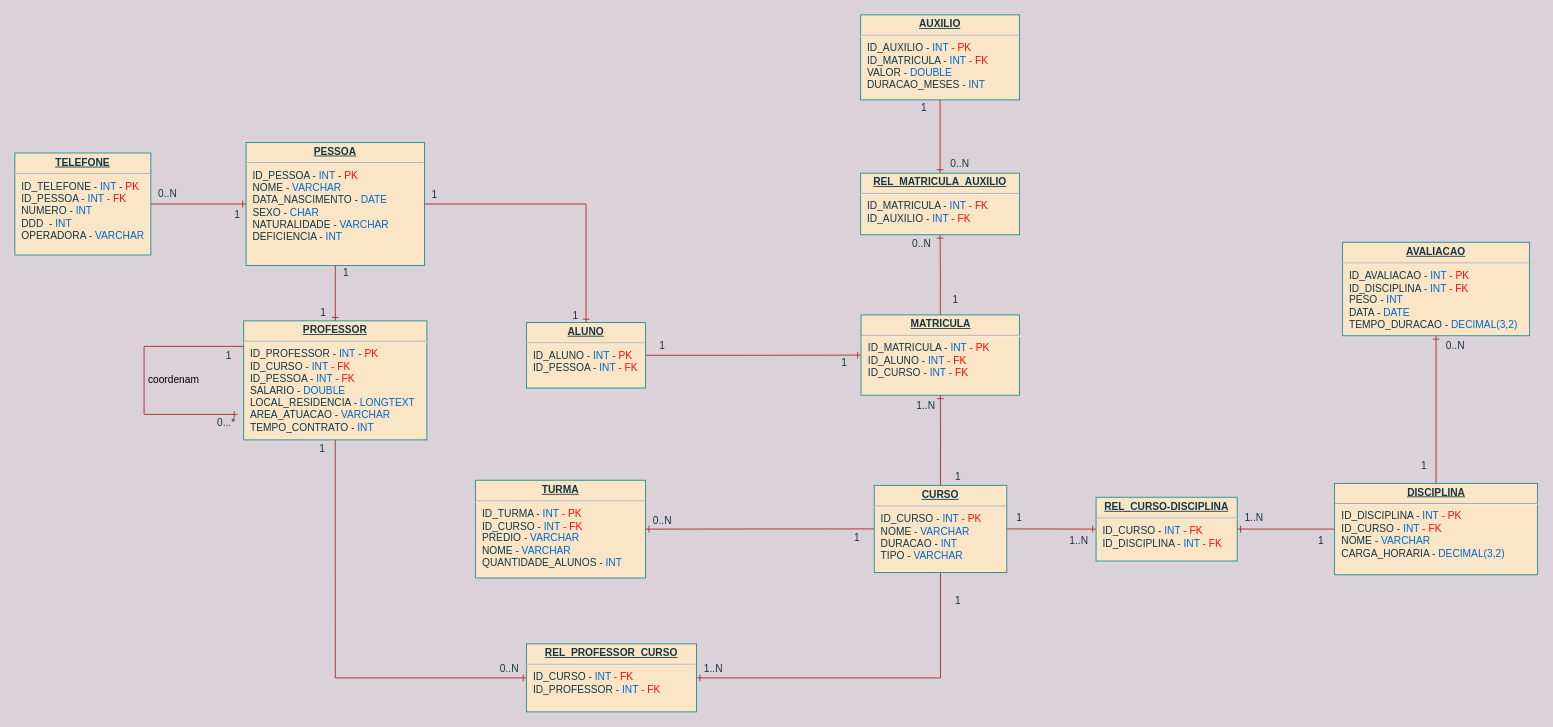
Above: modelagemUniversidade.drawio in maxbarboz/modelagemUniversidade (draw.io), before the change. Source tidied: cells renumbered, new cells numbered last; positions are measured from the earlier drawing's top-left corner, leaving out a move shared by most shapes. Both pictures are drawn from the tidied source at 85%, with x=0, y=0 at pixel (14, 14).
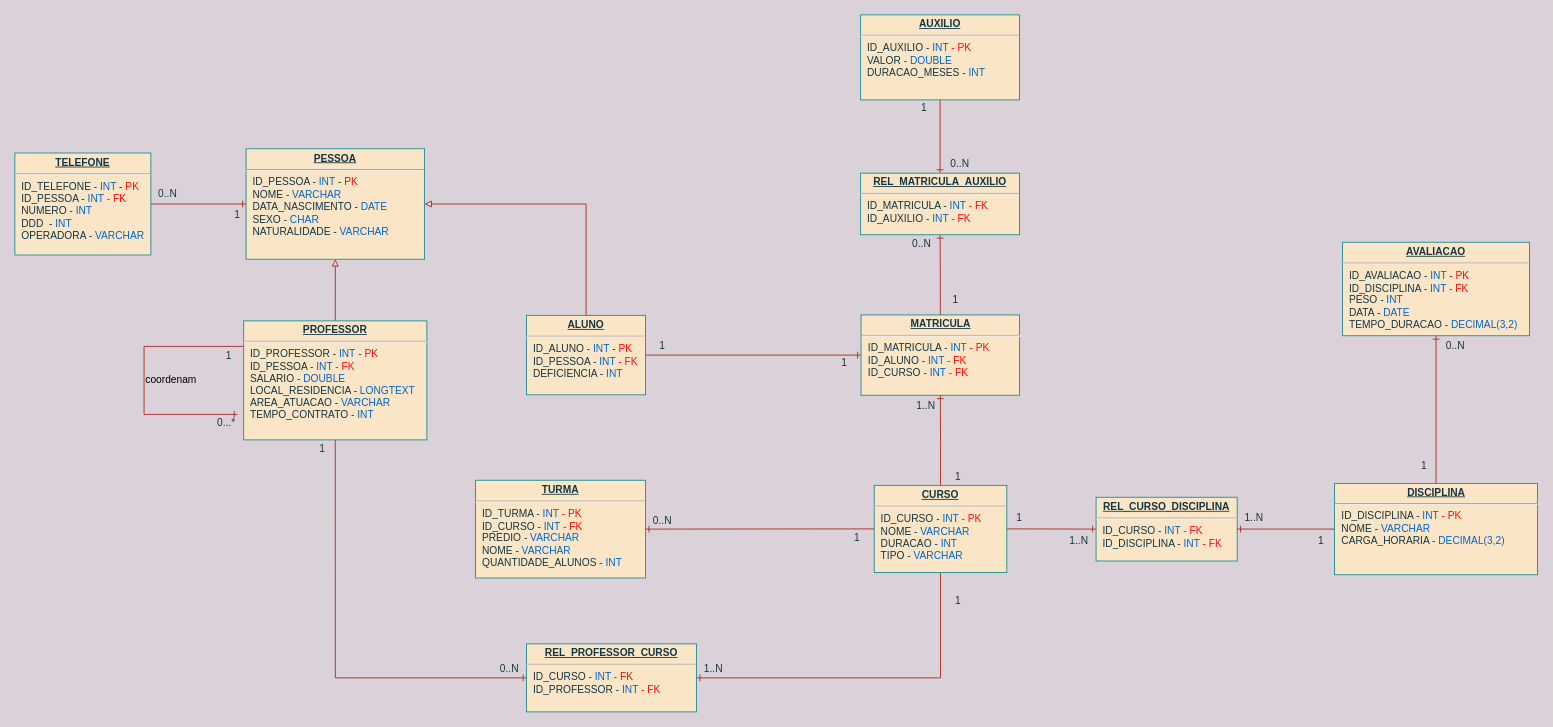
After the change.

Change to the diagram source:
```diff
@@
-    <mxCell id="4" value="&lt;p style=&quot;margin: 0px ; margin-top: 4px ; text-align: center ; text-decoration: underline&quot;&gt;&lt;b&gt;DISCIPLINA&lt;/b&gt;&lt;/p&gt;&lt;hr&gt;&lt;p style=&quot;margin: 0px ; margin-left: 8px&quot;&gt;ID_DISCIPLINA -&amp;nbsp;&lt;font color=&quot;#0066cc&quot;&gt;INT&lt;/font&gt;&lt;font color=&quot;#ff0808&quot;&gt; - PK&lt;/font&gt;&lt;br&gt;&lt;/p&gt;&lt;p style=&quot;margin: 0px ; margin-left: 8px&quot;&gt;ID_CURSO -&amp;nbsp;&lt;font color=&quot;#0066cc&quot;&gt;INT&amp;nbsp;&lt;/font&gt;&lt;font color=&quot;#ff0808&quot;&gt;- FK&lt;/font&gt;&lt;font color=&quot;#ff0808&quot;&gt;&lt;br&gt;&lt;/font&gt;&lt;/p&gt;&lt;p style=&quot;margin: 0px ; margin-left: 8px&quot;&gt;NOME - &lt;font color=&quot;#0066cc&quot;&gt;VARCHAR&lt;/font&gt;&lt;/p&gt;&lt;p style=&quot;margin: 0px ; margin-left: 8px&quot;&gt;CARGA_HORARIA - &lt;font color=&quot;#0066cc&quot;&gt;DECIMAL(3,2)&lt;/font&gt;&lt;/p&gt;&lt;p style=&quot;margin: 0px ; margin-left: 8px&quot;&gt;&lt;br&gt;&lt;/p&gt;&lt;p style=&quot;margin: 0px ; margin-left: 8px&quot;&gt;&lt;br&gt;&lt;/p&gt;" style="verticalAlign=top;align=left;overflow=fill;fontSize=12;fontFamily=Helvetica;html=1;rounded=0;shadow=0;comic=0;labelBackgroundColor=none;strokeWidth=1;fillColor=#FAE5C7;strokeColor=#0F8B8D;fontColor=#143642;" parent="1" vertex="1">
+    <mxCell id="4" value="&lt;p style=&quot;margin: 0px ; margin-top: 4px ; text-align: center ; text-decoration: underline&quot;&gt;&lt;b&gt;DISCIPLINA&lt;/b&gt;&lt;/p&gt;&lt;hr&gt;&lt;p style=&quot;margin: 0px ; margin-left: 8px&quot;&gt;ID_DISCIPLINA -&amp;nbsp;&lt;font color=&quot;#0066cc&quot;&gt;INT&lt;/font&gt;&lt;font color=&quot;#ff0808&quot;&gt; - PK&lt;/font&gt;&lt;/p&gt;&lt;p style=&quot;margin: 0px ; margin-left: 8px&quot;&gt;&lt;span&gt;NOME - &lt;/span&gt;&lt;font color=&quot;#0066cc&quot;&gt;VARCHAR&lt;/font&gt;&lt;/p&gt;&lt;p style=&quot;margin: 0px ; margin-left: 8px&quot;&gt;CARGA_HORARIA - &lt;font color=&quot;#0066cc&quot;&gt;DECIMAL(3,2)&lt;/font&gt;&lt;/p&gt;&lt;p style=&quot;margin: 0px ; margin-left: 8px&quot;&gt;&lt;br&gt;&lt;/p&gt;&lt;p style=&quot;margin: 0px ; margin-left: 8px&quot;&gt;&lt;br&gt;&lt;/p&gt;" style="verticalAlign=top;align=left;overflow=fill;fontSize=12;fontFamily=Helvetica;html=1;rounded=0;shadow=0;comic=0;labelBackgroundColor=none;strokeWidth=1;fillColor=#FAE5C7;strokeColor=#0F8B8D;fontColor=#143642;" parent="1" vertex="1">
       <mxGeometry x="1552.6" y="551.2" width="238.8" height="107.5" as="geometry" />
     </mxCell>
@@
+    <mxCell id="58" style="edgeStyle=orthogonalEdgeStyle;rounded=0;jettySize=auto;html=1;exitX=0.5;exitY=0;exitDx=0;exitDy=0;entryX=0.5;entryY=1;entryDx=0;entryDy=0;endArrow=block;endFill=0;strokeColor=#A8201A;" parent="1" edge="1" source="8" target="15">
+      <mxGeometry relative="1" as="geometry" />
+    </mxCell>
-    <mxCell id="8" value="&lt;p style=&quot;margin: 0px ; margin-top: 4px ; text-align: center ; text-decoration: underline&quot;&gt;&lt;b&gt;PROFESSOR&lt;/b&gt;&lt;/p&gt;&lt;hr&gt;&lt;p style=&quot;margin: 0px ; margin-left: 8px&quot;&gt;ID_PROFESSOR - &lt;font color=&quot;#0066cc&quot;&gt;INT&lt;/font&gt;&lt;span&gt;&amp;nbsp;&lt;/span&gt;&lt;span&gt;-&lt;/span&gt;&lt;span&gt;&amp;nbsp;&lt;/span&gt;&lt;font color=&quot;#ff0808&quot;&gt;PK&lt;/font&gt;&lt;/p&gt;&lt;p style=&quot;margin: 0px ; margin-left: 8px&quot;&gt;ID_CURSO -&amp;nbsp;&lt;font color=&quot;#0066cc&quot;&gt;INT&amp;nbsp;&lt;/font&gt;&lt;font color=&quot;#ff0808&quot;&gt;- FK&lt;/font&gt;&lt;font color=&quot;#ff0808&quot;&gt;&lt;br&gt;&lt;/font&gt;&lt;/p&gt;&lt;p style=&quot;margin: 0px ; margin-left: 8px&quot;&gt;ID_PESSOA - &lt;font color=&quot;#0066cc&quot;&gt;INT &lt;/font&gt;&lt;font color=&quot;#ff0808&quot;&gt;- FK&lt;/font&gt;&lt;/p&gt;&lt;p style=&quot;margin: 0px 0px 0px 8px&quot;&gt;SALARIO - &lt;font color=&quot;#0066cc&quot;&gt;DOUBLE&lt;/font&gt;&lt;/p&gt;&lt;p style=&quot;margin: 0px 0px 0px 8px&quot;&gt;LOCAL_RESIDENCIA - &lt;font color=&quot;#0066cc&quot;&gt;LONGTEXT&lt;/font&gt;&lt;/p&gt;&lt;p style=&quot;margin: 0px 0px 0px 8px&quot;&gt;AREA_ATUACAO - &lt;font color=&quot;#0066cc&quot;&gt;VARCHAR&lt;/font&gt;&lt;/p&gt;&lt;p style=&quot;margin: 0px 0px 0px 8px&quot;&gt;TEMPO_CONTRATO - &lt;font color=&quot;#0066cc&quot;&gt;INT&lt;/font&gt;&lt;/p&gt;&lt;p style=&quot;margin: 0px 0px 0px 8px&quot;&gt;&lt;br&gt;&lt;/p&gt;" style="verticalAlign=top;align=left;overflow=fill;fontSize=12;fontFamily=Helvetica;html=1;rounded=0;shadow=0;comic=0;labelBackgroundColor=none;strokeWidth=1;fillColor=#FAE5C7;strokeColor=#0F8B8D;fontColor=#143642;" parent="1" vertex="1">
+    <mxCell id="8" value="&lt;p style=&quot;margin: 0px ; margin-top: 4px ; text-align: center ; text-decoration: underline&quot;&gt;&lt;b&gt;PROFESSOR&lt;/b&gt;&lt;/p&gt;&lt;hr&gt;&lt;p style=&quot;margin: 0px ; margin-left: 8px&quot;&gt;ID_PROFESSOR - &lt;font color=&quot;#0066cc&quot;&gt;INT&lt;/font&gt;&lt;span&gt;&amp;nbsp;&lt;/span&gt;&lt;span&gt;-&lt;/span&gt;&lt;span&gt;&amp;nbsp;&lt;/span&gt;&lt;font color=&quot;#ff0808&quot;&gt;PK&lt;/font&gt;&lt;/p&gt;&lt;p style=&quot;margin: 0px ; margin-left: 8px&quot;&gt;ID_PESSOA - &lt;font color=&quot;#0066cc&quot;&gt;INT &lt;/font&gt;&lt;font color=&quot;#ff0808&quot;&gt;- FK&lt;/font&gt;&lt;/p&gt;&lt;p style=&quot;margin: 0px 0px 0px 8px&quot;&gt;SALARIO - &lt;font color=&quot;#0066cc&quot;&gt;DOUBLE&lt;/font&gt;&lt;/p&gt;&lt;p style=&quot;margin: 0px 0px 0px 8px&quot;&gt;LOCAL_RESIDENCIA - &lt;font color=&quot;#0066cc&quot;&gt;LONGTEXT&lt;/font&gt;&lt;/p&gt;&lt;p style=&quot;margin: 0px 0px 0px 8px&quot;&gt;AREA_ATUACAO - &lt;font color=&quot;#0066cc&quot;&gt;VARCHAR&lt;/font&gt;&lt;/p&gt;&lt;p style=&quot;margin: 0px 0px 0px 8px&quot;&gt;TEMPO_CONTRATO - &lt;font color=&quot;#0066cc&quot;&gt;INT&lt;/font&gt;&lt;/p&gt;&lt;p style=&quot;margin: 0px 0px 0px 8px&quot;&gt;&lt;br&gt;&lt;/p&gt;" style="verticalAlign=top;align=left;overflow=fill;fontSize=12;fontFamily=Helvetica;html=1;rounded=0;shadow=0;comic=0;labelBackgroundColor=none;strokeWidth=1;fillColor=#FAE5C7;strokeColor=#0F8B8D;fontColor=#143642;" parent="1" vertex="1">
       <mxGeometry x="269.2" y="360" width="215.5" height="140" as="geometry" />
     </mxCell>
@@
+    <mxCell id="59" style="edgeStyle=orthogonalEdgeStyle;rounded=0;jettySize=auto;html=1;exitX=0.5;exitY=0;exitDx=0;exitDy=0;entryX=1;entryY=0.5;entryDx=0;entryDy=0;endArrow=block;endFill=0;strokeColor=#A8201A;" parent="1" edge="1" source="12" target="15">
+      <mxGeometry relative="1" as="geometry" />
+    </mxCell>
-    <mxCell id="12" value="&lt;p style=&quot;margin: 0px ; margin-top: 4px ; text-align: center ; text-decoration: underline&quot;&gt;&lt;b&gt;ALUNO&lt;/b&gt;&lt;/p&gt;&lt;hr&gt;&lt;p style=&quot;margin: 0px ; margin-left: 8px&quot;&gt;ID_ALUNO - &lt;font color=&quot;#0066cc&quot;&gt;INT&lt;/font&gt;&lt;span&gt;&amp;nbsp;&lt;/span&gt;&lt;span&gt;-&lt;/span&gt;&lt;span&gt;&amp;nbsp;&lt;/span&gt;&lt;font color=&quot;#ff0808&quot;&gt;PK&lt;/font&gt;&lt;/p&gt;&lt;p style=&quot;margin: 0px ; margin-left: 8px&quot;&gt;ID_PESSOA - &lt;font color=&quot;#0066cc&quot;&gt;INT &lt;/font&gt;&lt;font color=&quot;#ff0808&quot;&gt;- FK&lt;/font&gt;&lt;/p&gt;&lt;p style=&quot;margin: 0px ; margin-left: 8px&quot;&gt;&lt;br&gt;&lt;/p&gt;" style="verticalAlign=top;align=left;overflow=fill;fontSize=12;fontFamily=Helvetica;html=1;rounded=0;shadow=0;comic=0;labelBackgroundColor=none;strokeWidth=1;fillColor=#FAE5C7;strokeColor=#0F8B8D;fontColor=#143642;" parent="1" vertex="1">
-      <mxGeometry x="602" y="362" width="140" height="77" as="geometry" />
+    <mxCell id="12" value="&lt;p style=&quot;margin: 0px ; margin-top: 4px ; text-align: center ; text-decoration: underline&quot;&gt;&lt;b&gt;ALUNO&lt;/b&gt;&lt;/p&gt;&lt;hr&gt;&lt;p style=&quot;margin: 0px ; margin-left: 8px&quot;&gt;ID_ALUNO - &lt;font color=&quot;#0066cc&quot;&gt;INT&lt;/font&gt;&lt;span&gt;&amp;nbsp;&lt;/span&gt;&lt;span&gt;-&lt;/span&gt;&lt;span&gt;&amp;nbsp;&lt;/span&gt;&lt;font color=&quot;#ff0808&quot;&gt;PK&lt;/font&gt;&lt;/p&gt;&lt;p style=&quot;margin: 0px ; margin-left: 8px&quot;&gt;ID_PESSOA - &lt;font color=&quot;#0066cc&quot;&gt;INT &lt;/font&gt;&lt;font color=&quot;#ff0808&quot;&gt;- FK&lt;/font&gt;&lt;/p&gt;&lt;p style=&quot;margin: 0px ; margin-left: 8px&quot;&gt;DEFICIENCIA -&amp;nbsp;&lt;font color=&quot;#0066cc&quot;&gt;INT&lt;/font&gt;&lt;br&gt;&lt;/p&gt;&lt;p style=&quot;margin: 0px ; margin-left: 8px&quot;&gt;&lt;br&gt;&lt;/p&gt;" style="verticalAlign=top;align=left;overflow=fill;fontSize=12;fontFamily=Helvetica;html=1;rounded=0;shadow=0;comic=0;labelBackgroundColor=none;strokeWidth=1;fillColor=#FAE5C7;strokeColor=#0F8B8D;fontColor=#143642;" parent="1" vertex="1">
+      <mxGeometry x="602" y="353.5" width="140" height="93.5" as="geometry" />
     </mxCell>
-    <mxCell id="13" style="edgeStyle=orthogonalEdgeStyle;rounded=0;jettySize=auto;html=1;exitX=1;exitY=0.5;exitDx=0;exitDy=0;entryX=0.5;entryY=0;entryDx=0;entryDy=0;fontColor=#143642;labelBackgroundColor=#DAD2D8;endArrow=ERone;endFill=0;strokeColor=#A8201A;" parent="1" edge="1" source="15" target="12">
-      <mxGeometry relative="1" as="geometry" />
-    </mxCell>
-    <mxCell id="14" style="edgeStyle=orthogonalEdgeStyle;rounded=0;jettySize=auto;html=1;exitX=0.5;exitY=1;exitDx=0;exitDy=0;fontColor=#143642;labelBackgroundColor=#DAD2D8;endArrow=ERone;endFill=0;strokeColor=#A8201A;" parent="1" edge="1" source="15" target="8">
-      <mxGeometry relative="1" as="geometry" />
-    </mxCell>
-    <mxCell id="15" value="&lt;p style=&quot;margin: 0px ; margin-top: 4px ; text-align: center ; text-decoration: underline&quot;&gt;&lt;b&gt;PESSOA&lt;/b&gt;&lt;/p&gt;&lt;hr&gt;&lt;p style=&quot;margin: 0px ; margin-left: 8px&quot;&gt;ID_PESSOA - &lt;font color=&quot;#0066cc&quot;&gt;INT&lt;/font&gt;&lt;span&gt;&amp;nbsp;&lt;/span&gt;&lt;span&gt;-&lt;/span&gt;&lt;span&gt;&amp;nbsp;&lt;/span&gt;&lt;font color=&quot;#ff0808&quot;&gt;PK&lt;/font&gt;&lt;/p&gt;&lt;p style=&quot;margin: 0px ; margin-left: 8px&quot;&gt;NOME - &lt;font color=&quot;#0066cc&quot;&gt;VARCHAR&lt;/font&gt;&lt;/p&gt;&lt;p style=&quot;margin: 0px ; margin-left: 8px&quot;&gt;DATA_NASCIMENTO - &lt;font color=&quot;#0066cc&quot;&gt;DATE&lt;/font&gt;&lt;/p&gt;&lt;p style=&quot;margin: 0px ; margin-left: 8px&quot;&gt;SEXO - &lt;font color=&quot;#0066cc&quot;&gt;CHAR&lt;/font&gt;&lt;/p&gt;&lt;p style=&quot;margin: 0px ; margin-left: 8px&quot;&gt;NATURALIDADE - &lt;font color=&quot;#0066cc&quot;&gt;VARCHAR&lt;/font&gt;&lt;/p&gt;&lt;p style=&quot;margin: 0px ; margin-left: 8px&quot;&gt;DEFICIENCIA - &lt;font color=&quot;#0066cc&quot;&gt;INT&lt;/font&gt;&lt;/p&gt;&lt;p style=&quot;margin: 0px ; margin-left: 8px&quot;&gt;&lt;br&gt;&lt;/p&gt;" style="verticalAlign=top;align=left;overflow=fill;fontSize=12;fontFamily=Helvetica;html=1;rounded=0;shadow=0;comic=0;labelBackgroundColor=none;strokeWidth=1;fillColor=#FAE5C7;strokeColor=#0F8B8D;fontColor=#143642;" parent="1" vertex="1">
-      <mxGeometry x="272" y="150" width="210" height="145" as="geometry" />
+    <mxCell id="15" value="&lt;p style=&quot;margin: 0px ; margin-top: 4px ; text-align: center ; text-decoration: underline&quot;&gt;&lt;b&gt;PESSOA&lt;/b&gt;&lt;/p&gt;&lt;hr&gt;&lt;p style=&quot;margin: 0px ; margin-left: 8px&quot;&gt;ID_PESSOA - &lt;font color=&quot;#0066cc&quot;&gt;INT&lt;/font&gt;&lt;span&gt;&amp;nbsp;&lt;/span&gt;&lt;span&gt;-&lt;/span&gt;&lt;span&gt;&amp;nbsp;&lt;/span&gt;&lt;font color=&quot;#ff0808&quot;&gt;PK&lt;/font&gt;&lt;/p&gt;&lt;p style=&quot;margin: 0px ; margin-left: 8px&quot;&gt;NOME - &lt;font color=&quot;#0066cc&quot;&gt;VARCHAR&lt;/font&gt;&lt;/p&gt;&lt;p style=&quot;margin: 0px ; margin-left: 8px&quot;&gt;DATA_NASCIMENTO - &lt;font color=&quot;#0066cc&quot;&gt;DATE&lt;/font&gt;&lt;/p&gt;&lt;p style=&quot;margin: 0px ; margin-left: 8px&quot;&gt;SEXO - &lt;font color=&quot;#0066cc&quot;&gt;CHAR&lt;/font&gt;&lt;/p&gt;&lt;p style=&quot;margin: 0px ; margin-left: 8px&quot;&gt;NATURALIDADE - &lt;font color=&quot;#0066cc&quot;&gt;VARCHAR&lt;/font&gt;&lt;/p&gt;&lt;p style=&quot;margin: 0px ; margin-left: 8px&quot;&gt;&lt;br&gt;&lt;/p&gt;" style="verticalAlign=top;align=left;overflow=fill;fontSize=12;fontFamily=Helvetica;html=1;rounded=0;shadow=0;comic=0;labelBackgroundColor=none;strokeWidth=1;fillColor=#FAE5C7;strokeColor=#0F8B8D;fontColor=#143642;" parent="1" vertex="1">
+      <mxGeometry x="272" y="157.5" width="210" height="130" as="geometry" />
     </mxCell>
@@
-    <mxCell id="25" value="&lt;p style=&quot;margin: 0px ; margin-top: 4px ; text-align: center ; text-decoration: underline&quot;&gt;&lt;b&gt;AUXILIO&lt;/b&gt;&lt;/p&gt;&lt;hr&gt;&lt;p style=&quot;margin: 0px ; margin-left: 8px&quot;&gt;ID_AUXILIO - &lt;font color=&quot;#0066cc&quot;&gt;INT&lt;/font&gt;&lt;font color=&quot;#ff0808&quot;&gt; - PK&lt;/font&gt;&lt;/p&gt;&lt;p style=&quot;margin: 0px ; margin-left: 8px&quot;&gt;ID_MATRICULA -&amp;nbsp;&lt;font color=&quot;#0066cc&quot;&gt;INT&lt;/font&gt;&amp;nbsp;&lt;font color=&quot;#ff0808&quot;&gt;- FK&lt;/font&gt;&lt;font color=&quot;#ff0808&quot;&gt;&lt;br&gt;&lt;/font&gt;VALOR - &lt;font color=&quot;#0066cc&quot;&gt;DOUBLE&lt;/font&gt;&lt;/p&gt;&lt;p style=&quot;margin: 0px ; margin-left: 8px&quot;&gt;DURACAO_MESES - &lt;font color=&quot;#0066cc&quot;&gt;INT&lt;/font&gt;&lt;/p&gt;&lt;p style=&quot;margin: 0px ; margin-left: 8px&quot;&gt;&lt;br&gt;&lt;/p&gt;" style="verticalAlign=top;align=left;overflow=fill;fontSize=12;fontFamily=Helvetica;html=1;rounded=0;shadow=0;comic=0;labelBackgroundColor=none;strokeWidth=1;fillColor=#FAE5C7;strokeColor=#0F8B8D;fontColor=#143642;" parent="1" vertex="1">
+    <mxCell id="25" value="&lt;p style=&quot;margin: 0px ; margin-top: 4px ; text-align: center ; text-decoration: underline&quot;&gt;&lt;b&gt;AUXILIO&lt;/b&gt;&lt;/p&gt;&lt;hr&gt;&lt;p style=&quot;margin: 0px ; margin-left: 8px&quot;&gt;ID_AUXILIO - &lt;font color=&quot;#0066cc&quot;&gt;INT&lt;/font&gt;&lt;font color=&quot;#ff0808&quot;&gt; - PK&lt;/font&gt;&lt;/p&gt;&lt;p style=&quot;margin: 0px ; margin-left: 8px&quot;&gt;VALOR - &lt;font color=&quot;#0066cc&quot;&gt;DOUBLE&lt;/font&gt;&lt;/p&gt;&lt;p style=&quot;margin: 0px ; margin-left: 8px&quot;&gt;DURACAO_MESES - &lt;font color=&quot;#0066cc&quot;&gt;INT&lt;/font&gt;&lt;/p&gt;&lt;p style=&quot;margin: 0px ; margin-left: 8px&quot;&gt;&lt;br&gt;&lt;/p&gt;" style="verticalAlign=top;align=left;overflow=fill;fontSize=12;fontFamily=Helvetica;html=1;rounded=0;shadow=0;comic=0;labelBackgroundColor=none;strokeWidth=1;fillColor=#FAE5C7;strokeColor=#0F8B8D;fontColor=#143642;" parent="1" vertex="1">
       <mxGeometry x="995" width="187" height="100" as="geometry" />
     </mxCell>
@@
-    <mxCell id="28" value="1" style="text;html=1;strokeColor=none;fillColor=none;align=center;verticalAlign=middle;whiteSpace=wrap;rounded=0;fontColor=#143642;" parent="1" vertex="1">
-      <mxGeometry x="343" y="341" width="40" height="20" as="geometry" />
-    </mxCell>
-    <mxCell id="29" value="1" style="text;html=1;strokeColor=none;fillColor=none;align=center;verticalAlign=middle;whiteSpace=wrap;rounded=0;fontColor=#143642;" parent="1" vertex="1">
-      <mxGeometry x="370" y="294" width="40" height="20" as="geometry" />
-    </mxCell>
-    <mxCell id="30" value="1" style="text;html=1;strokeColor=none;fillColor=none;align=center;verticalAlign=middle;whiteSpace=wrap;rounded=0;fontColor=#143642;" parent="1" vertex="1">
-      <mxGeometry x="474" y="202" width="40" height="20" as="geometry" />
-    </mxCell>
@@
-    <mxCell id="48" value="&lt;p style=&quot;margin: 0px ; margin-top: 4px ; text-align: center ; text-decoration: underline&quot;&gt;&lt;b&gt;REL_CURSO-DISCIPLINA&lt;/b&gt;&lt;/p&gt;&lt;hr&gt;&lt;p style=&quot;margin: 0px ; margin-left: 8px&quot;&gt;ID_CURSO - &lt;font color=&quot;#0066cc&quot;&gt;INT&lt;/font&gt; &lt;font color=&quot;#ff0808&quot;&gt;- FK&lt;/font&gt;&lt;/p&gt;&lt;p style=&quot;margin: 0px ; margin-left: 8px&quot;&gt;ID_DISCIPLINA - &lt;font color=&quot;#0066cc&quot;&gt;INT&lt;/font&gt; &lt;font color=&quot;#ff0808&quot;&gt;- FK&lt;/font&gt;&lt;/p&gt;" style="verticalAlign=top;align=left;overflow=fill;fontSize=12;fontFamily=Helvetica;html=1;rounded=0;shadow=0;comic=0;labelBackgroundColor=none;strokeWidth=1;fillColor=#FAE5C7;strokeColor=#0F8B8D;fontColor=#143642;" parent="1" vertex="1">
+    <mxCell id="48" value="&lt;p style=&quot;margin: 0px ; margin-top: 4px ; text-align: center ; text-decoration: underline&quot;&gt;&lt;b&gt;REL_CURSO_DISCIPLINA&lt;/b&gt;&lt;/p&gt;&lt;hr&gt;&lt;p style=&quot;margin: 0px ; margin-left: 8px&quot;&gt;ID_CURSO - &lt;font color=&quot;#0066cc&quot;&gt;INT&lt;/font&gt; &lt;font color=&quot;#ff0808&quot;&gt;- FK&lt;/font&gt;&lt;/p&gt;&lt;p style=&quot;margin: 0px ; margin-left: 8px&quot;&gt;ID_DISCIPLINA - &lt;font color=&quot;#0066cc&quot;&gt;INT&lt;/font&gt; &lt;font color=&quot;#ff0808&quot;&gt;- FK&lt;/font&gt;&lt;/p&gt;" style="verticalAlign=top;align=left;overflow=fill;fontSize=12;fontFamily=Helvetica;html=1;rounded=0;shadow=0;comic=0;labelBackgroundColor=none;strokeWidth=1;fillColor=#FAE5C7;strokeColor=#0F8B8D;fontColor=#143642;" parent="1" vertex="1">
       <mxGeometry x="1272" y="567.5" width="166" height="75" as="geometry" />
     </mxCell>
@@
-    <mxCell id="54" value="1" style="text;html=1;strokeColor=none;fillColor=none;align=center;verticalAlign=middle;whiteSpace=wrap;rounded=0;fontColor=#143642;" parent="1" vertex="1">
-      <mxGeometry x="640" y="344" width="40" height="20" as="geometry" />
-    </mxCell>
@@
     <mxCell id="57" value="coordenam" style="text;html=1;strokeColor=none;fillColor=none;align=center;verticalAlign=middle;whiteSpace=wrap;rounded=0;" parent="1" vertex="1">
-      <mxGeometry x="167" y="420" width="40" height="20" as="geometry" />
+      <mxGeometry x="164" y="420" width="40" height="20" as="geometry" />
     </mxCell>
```
